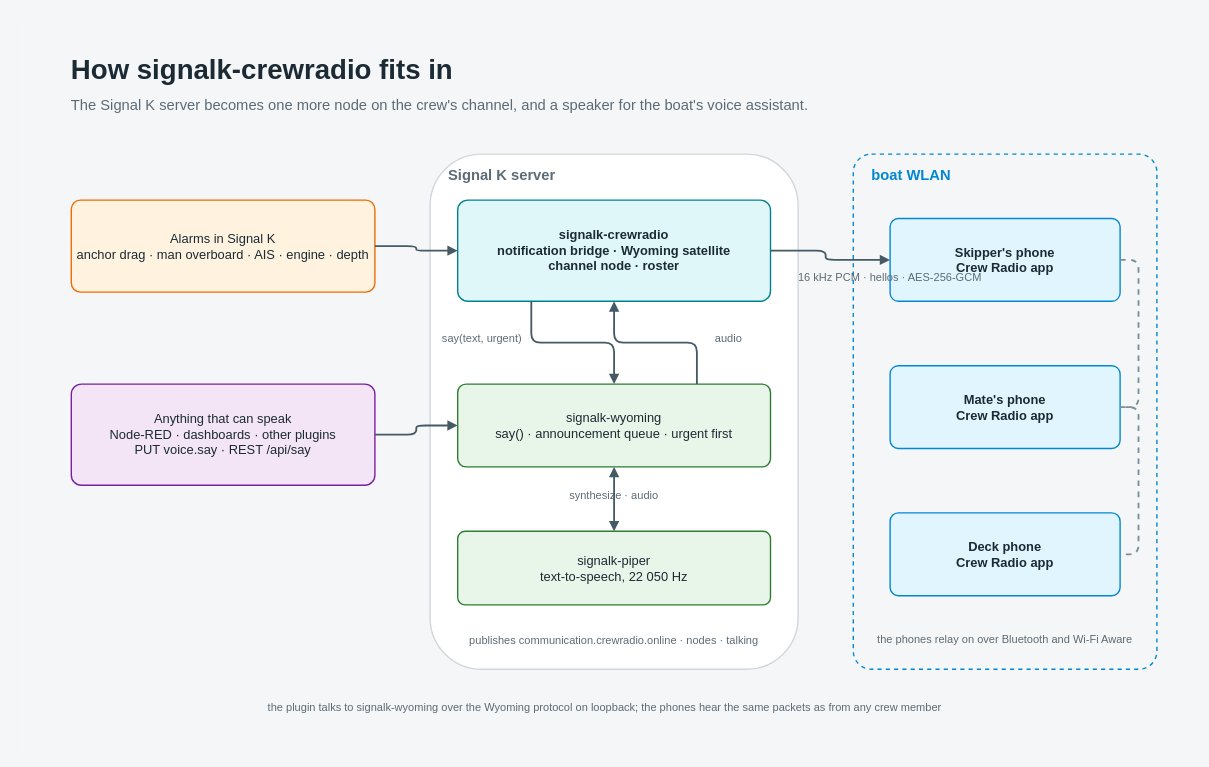
Earlier version of the draw.io diagram sk-plugin/docs/diagrams/how-it-fits.drawio (KEGustafsson/android-push-to-talk). Source tidied: cells renumbered, new cells numbered last; positions are measured from the earlier drawing's top-left corner, leaving out a move shared by most shapes. Both pictures are drawn from the tidied source at 92%, with x=0, y=0 at pixel (16, 16).
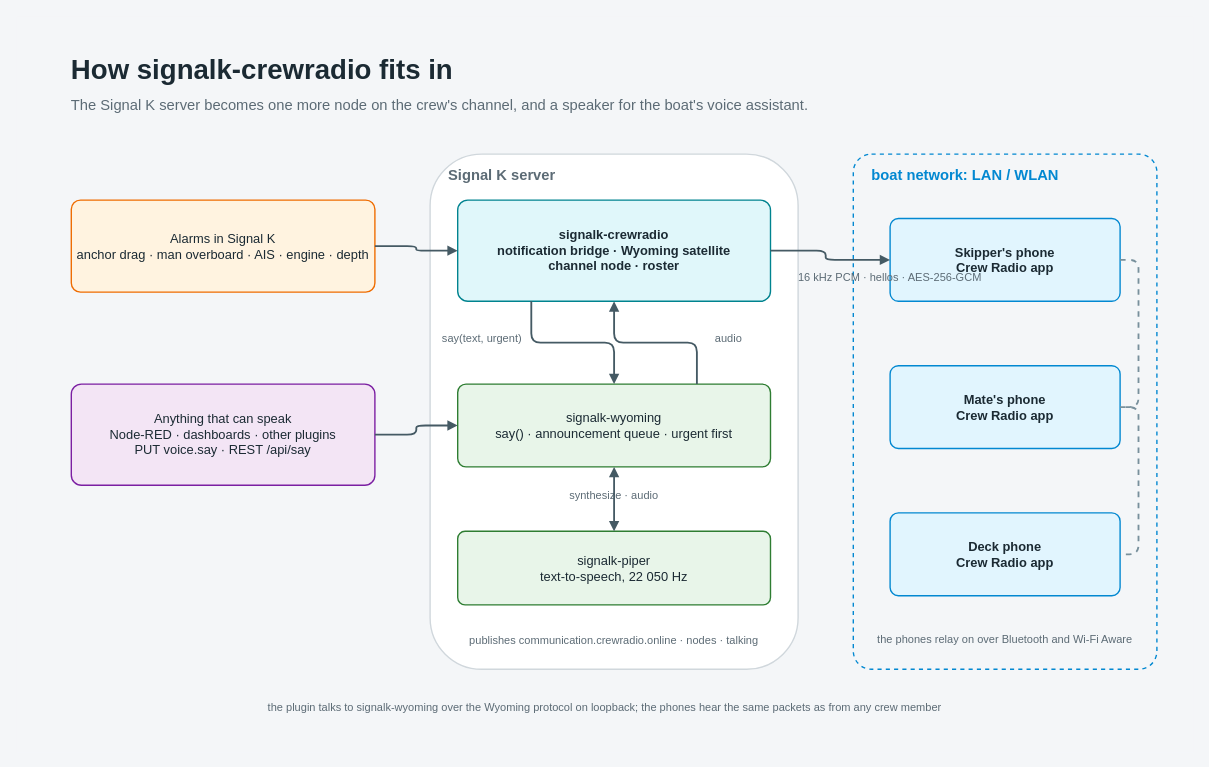
After the change.

Commit message (it also covers changes not shown here):
Plugin docs: the server may be on the wired LAN, not only the WLAN

Diff of the diagram source:
```diff
@@
-    <mxCell id="17" value="boat WLAN" style="text;html=1;whiteSpace=wrap;align=left;verticalAlign=middle;fontSize=16;fontColor=#0288D1;fontFamily=Helvetica;fontStyle=1;spacing=0;" parent="1" vertex="1">
+    <mxCell id="17" value="boat network: LAN / WLAN" style="text;html=1;whiteSpace=wrap;align=left;verticalAlign=middle;fontSize=16;fontColor=#0288D1;fontFamily=Helvetica;fontStyle=1;spacing=0;" parent="1" vertex="1">
       <mxGeometry x="930" y="158" width="290" height="30" as="geometry" />
     </mxCell>
```
